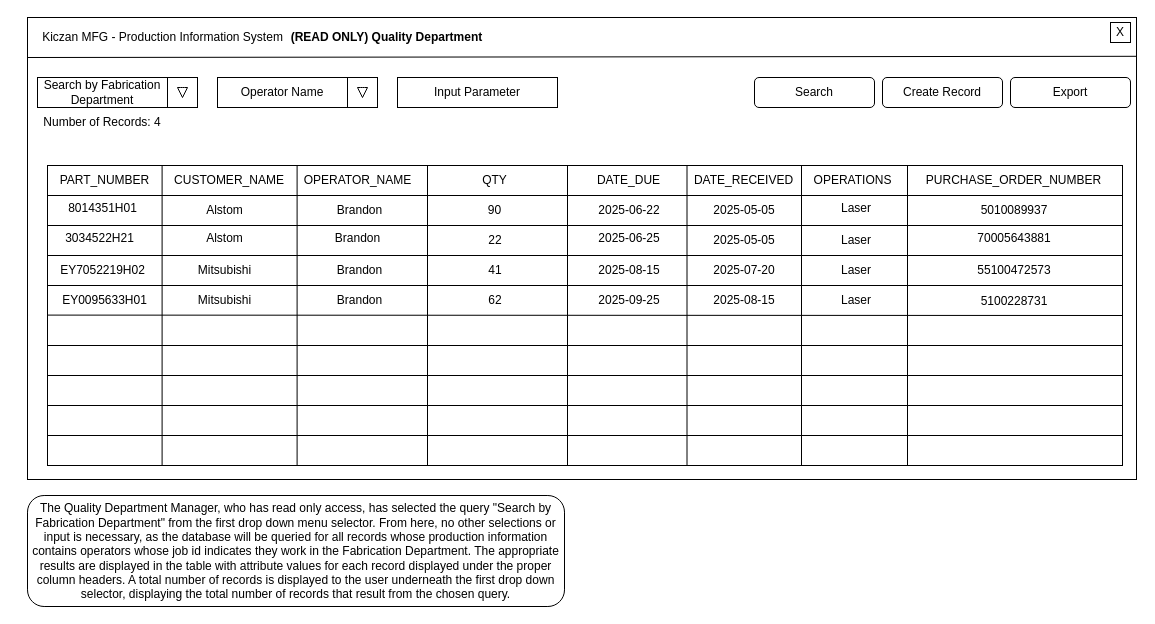
This is Main User Interface Wireframe Search By Department (READONLY).drawio from JrST90/Team2CapstoneProject, a draw.io file, before an edit. Source tidied: cells renumbered, new cells numbered last; positions are measured from the earlier drawing's top-left corner, leaving out a move shared by most shapes. Both pictures are drawn from the tidied source at 100%, with x=0, y=0 at pixel (17, 17).
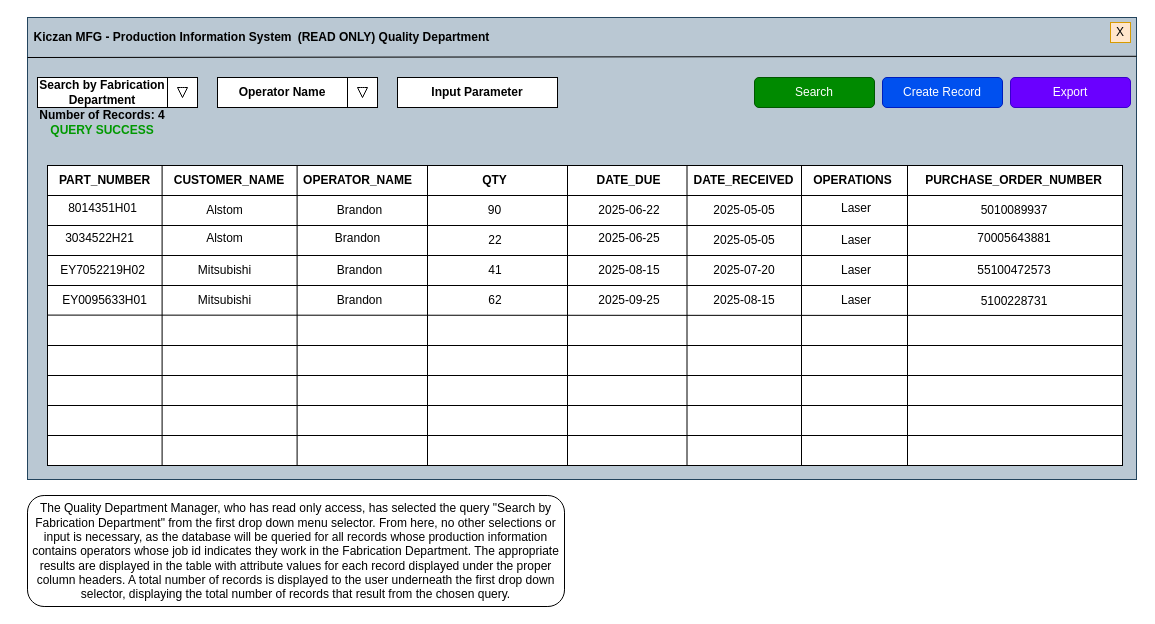
Above is the later version.

What changed in the source:
```diff
@@
-    <mxCell id="2" style="rounded=0;whiteSpace=wrap;html=1;" parent="1" vertex="1">
+    <mxCell id="2" style="rounded=0;whiteSpace=wrap;html=1;fillColor=#bac8d3;strokeColor=#23445d;" parent="1" vertex="1">
       <mxGeometry x="10" width="1109" height="462" as="geometry" />
     </mxCell>
@@
-    <mxCell id="4" value="X" style="whiteSpace=wrap;html=1;" parent="1" vertex="1">
+    <mxCell id="4" value="X" style="whiteSpace=wrap;html=1;fillColor=#ffe6cc;strokeColor=#d79b00;" parent="1" vertex="1">
       <mxGeometry x="1093" y="5" width="20" height="20" as="geometry" />
     </mxCell>
-    <mxCell id="5" value="Kiczan MFG - Production Information System" style="text;html=1;whiteSpace=wrap;strokeColor=none;fillColor=none;align=center;verticalAlign=middle;rounded=0;" parent="1" vertex="1">
+    <mxCell id="5" value="Kiczan MFG - Production Information System" style="text;html=1;whiteSpace=wrap;strokeColor=none;fillColor=none;align=center;verticalAlign=middle;rounded=0;fontStyle=1;" parent="1" vertex="1">
       <mxGeometry x="10" y="5" width="271" height="30" as="geometry" />
     </mxCell>
@@
-    <mxCell id="8" value="Input Parameter" style="rounded=0;whiteSpace=wrap;html=1;" parent="1" vertex="1">
+    <mxCell id="8" value="Input Parameter" style="rounded=0;whiteSpace=wrap;html=1;fontStyle=1;" parent="1" vertex="1">
       <mxGeometry x="380" y="60" width="160" height="30" as="geometry" />
     </mxCell>
-    <mxCell id="9" value="Search" style="rounded=1;whiteSpace=wrap;html=1;" parent="1" vertex="1">
+    <mxCell id="9" value="Search" style="rounded=1;whiteSpace=wrap;html=1;fillColor=#008a00;fontColor=#ffffff;strokeColor=#005700;" parent="1" vertex="1">
       <mxGeometry x="737" y="60" width="120" height="30" as="geometry" />
     </mxCell>
-    <mxCell id="10" value="Search by Fabrication Department" style="text;html=1;whiteSpace=wrap;strokeColor=none;fillColor=none;align=center;verticalAlign=middle;rounded=0;" parent="1" vertex="1">
+    <mxCell id="10" value="Search by Fabrication Department" style="text;html=1;whiteSpace=wrap;strokeColor=none;fillColor=none;align=center;verticalAlign=middle;rounded=0;fontStyle=1;" parent="1" vertex="1">
       <mxGeometry x="15" y="60" width="140" height="30" as="geometry" />
     </mxCell>
@@
-    <mxCell id="14" value="Operator Name" style="text;html=1;whiteSpace=wrap;strokeColor=none;fillColor=none;align=center;verticalAlign=middle;rounded=0;" parent="1" vertex="1">
+    <mxCell id="14" value="Operator Name" style="text;html=1;whiteSpace=wrap;strokeColor=none;fillColor=none;align=center;verticalAlign=middle;rounded=0;fontStyle=1;" parent="1" vertex="1">
       <mxGeometry x="190" y="60" width="150" height="30" as="geometry" />
     </mxCell>
@@
-    <mxCell id="30" value="Number of Records: 4" style="text;html=1;whiteSpace=wrap;strokeColor=none;fillColor=none;align=center;verticalAlign=middle;rounded=0;" parent="1" vertex="1">
+    <mxCell id="30" value="&lt;b&gt;Number of Records: 4 &lt;font style=&quot;color: rgb(0, 153, 0);&quot;&gt;QUERY SUCCESS&lt;/font&gt;&lt;/b&gt;" style="text;html=1;whiteSpace=wrap;strokeColor=none;fillColor=none;align=center;verticalAlign=middle;rounded=0;" parent="1" vertex="1">
       <mxGeometry y="90" width="170" height="30" as="geometry" />
     </mxCell>
-    <mxCell id="31" value="Create Record" style="rounded=1;whiteSpace=wrap;html=1;" parent="1" vertex="1">
+    <mxCell id="31" value="Create Record" style="rounded=1;whiteSpace=wrap;html=1;fillColor=#0050ef;fontColor=#ffffff;strokeColor=#001DBC;" parent="1" vertex="1">
       <mxGeometry x="865" y="60" width="120" height="30" as="geometry" />
     </mxCell>
-    <mxCell id="32" value="PART_NUMBER" style="text;html=1;whiteSpace=wrap;strokeColor=none;fillColor=none;align=center;verticalAlign=middle;rounded=0;" parent="1" vertex="1">
+    <mxCell id="32" value="PART_NUMBER" style="text;html=1;whiteSpace=wrap;strokeColor=none;fillColor=none;align=center;verticalAlign=middle;rounded=0;fontStyle=1;" parent="1" vertex="1">
       <mxGeometry x="36" y="148" width="103" height="30" as="geometry" />
     </mxCell>
-    <mxCell id="33" value="CUSTOMER_NAME" style="text;html=1;whiteSpace=wrap;strokeColor=none;fillColor=none;align=center;verticalAlign=middle;rounded=0;" parent="1" vertex="1">
+    <mxCell id="33" value="CUSTOMER_NAME" style="text;html=1;whiteSpace=wrap;strokeColor=none;fillColor=none;align=center;verticalAlign=middle;rounded=0;fontStyle=1;" parent="1" vertex="1">
       <mxGeometry x="150" y="148" width="124" height="30" as="geometry" />
     </mxCell>
-    <mxCell id="34" value="OPERATOR_NAME" style="text;html=1;whiteSpace=wrap;strokeColor=none;fillColor=none;align=center;verticalAlign=middle;rounded=0;" parent="1" vertex="1">
+    <mxCell id="34" value="OPERATOR_NAME" style="text;html=1;whiteSpace=wrap;strokeColor=none;fillColor=none;align=center;verticalAlign=middle;rounded=0;fontStyle=1;" parent="1" vertex="1">
       <mxGeometry x="285" y="148" width="111" height="30" as="geometry" />
     </mxCell>
-    <mxCell id="35" value="QTY" style="text;html=1;whiteSpace=wrap;strokeColor=none;fillColor=none;align=center;verticalAlign=middle;rounded=0;" parent="1" vertex="1">
+    <mxCell id="35" value="QTY" style="text;html=1;whiteSpace=wrap;strokeColor=none;fillColor=none;align=center;verticalAlign=middle;rounded=0;fontStyle=1;" parent="1" vertex="1">
       <mxGeometry x="426" y="148" width="103" height="30" as="geometry" />
     </mxCell>
-    <mxCell id="36" value="DATE_DUE" style="text;html=1;whiteSpace=wrap;strokeColor=none;fillColor=none;align=center;verticalAlign=middle;rounded=0;" parent="1" vertex="1">
+    <mxCell id="36" value="DATE_DUE" style="text;html=1;whiteSpace=wrap;strokeColor=none;fillColor=none;align=center;verticalAlign=middle;rounded=0;fontStyle=1;" parent="1" vertex="1">
       <mxGeometry x="560" y="148" width="103" height="30" as="geometry" />
     </mxCell>
-    <mxCell id="37" value="DATE_RECEIVED" style="text;html=1;whiteSpace=wrap;strokeColor=none;fillColor=none;align=center;verticalAlign=middle;rounded=0;" parent="1" vertex="1">
+    <mxCell id="37" value="DATE_RECEIVED" style="text;html=1;whiteSpace=wrap;strokeColor=none;fillColor=none;align=center;verticalAlign=middle;rounded=0;fontStyle=1;" parent="1" vertex="1">
       <mxGeometry x="675" y="148" width="103" height="30" as="geometry" />
     </mxCell>
-    <mxCell id="38" value="OPERATIONS" style="text;html=1;whiteSpace=wrap;strokeColor=none;fillColor=none;align=center;verticalAlign=middle;rounded=0;" parent="1" vertex="1">
+    <mxCell id="38" value="OPERATIONS" style="text;html=1;whiteSpace=wrap;strokeColor=none;fillColor=none;align=center;verticalAlign=middle;rounded=0;fontStyle=1;" parent="1" vertex="1">
       <mxGeometry x="784" y="148" width="103" height="30" as="geometry" />
     </mxCell>
-    <mxCell id="39" value="PURCHASE_ORDER_NUMBER" style="text;html=1;whiteSpace=wrap;strokeColor=none;fillColor=none;align=center;verticalAlign=middle;rounded=0;" parent="1" vertex="1">
+    <mxCell id="39" value="PURCHASE_ORDER_NUMBER" style="text;html=1;whiteSpace=wrap;strokeColor=none;fillColor=none;align=center;verticalAlign=middle;rounded=0;fontStyle=1;" parent="1" vertex="1">
       <mxGeometry x="897" y="148" width="199" height="30" as="geometry" />
     </mxCell>
@@
-    <mxCell id="43" value="Export" style="rounded=1;whiteSpace=wrap;html=1;" parent="1" vertex="1">
+    <mxCell id="43" value="Export" style="rounded=1;whiteSpace=wrap;html=1;fillColor=#6a00ff;fontColor=#ffffff;strokeColor=#3700CC;" parent="1" vertex="1">
       <mxGeometry x="993" y="60" width="120" height="30" as="geometry" />
     </mxCell>
     <mxCell id="44" value="&lt;b&gt;(READ ONLY) Quality Department&lt;/b&gt;" style="text;html=1;whiteSpace=wrap;strokeColor=none;fillColor=none;align=center;verticalAlign=middle;rounded=0;" parent="1" vertex="1">
-      <mxGeometry x="259" y="5" width="221" height="30" as="geometry" />
+      <mxGeometry x="266" y="5" width="221" height="30" as="geometry" />
     </mxCell>
```
